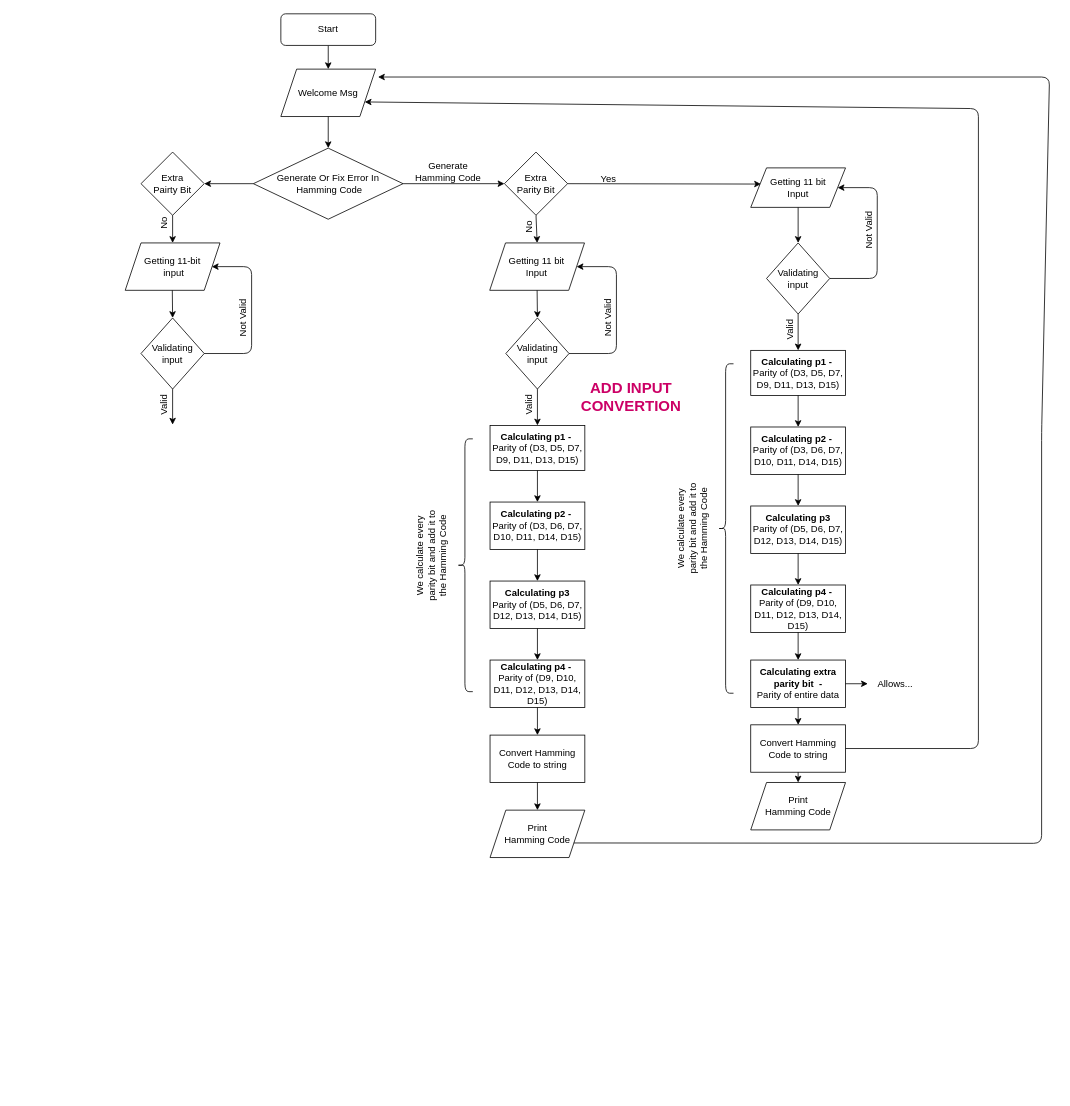
Bnux256/Hamming-Code-8086 keeps this draw.io diagram as Diagrams/Part1.drawio. Above is the earlier version. Source tidied: cells renumbered, new cells numbered last; positions are measured from the earlier drawing's top-left corner, leaving out a move shared by most shapes. Both pictures are drawn from the tidied source at 79%, with x=0, y=0 at pixel (125, 13).
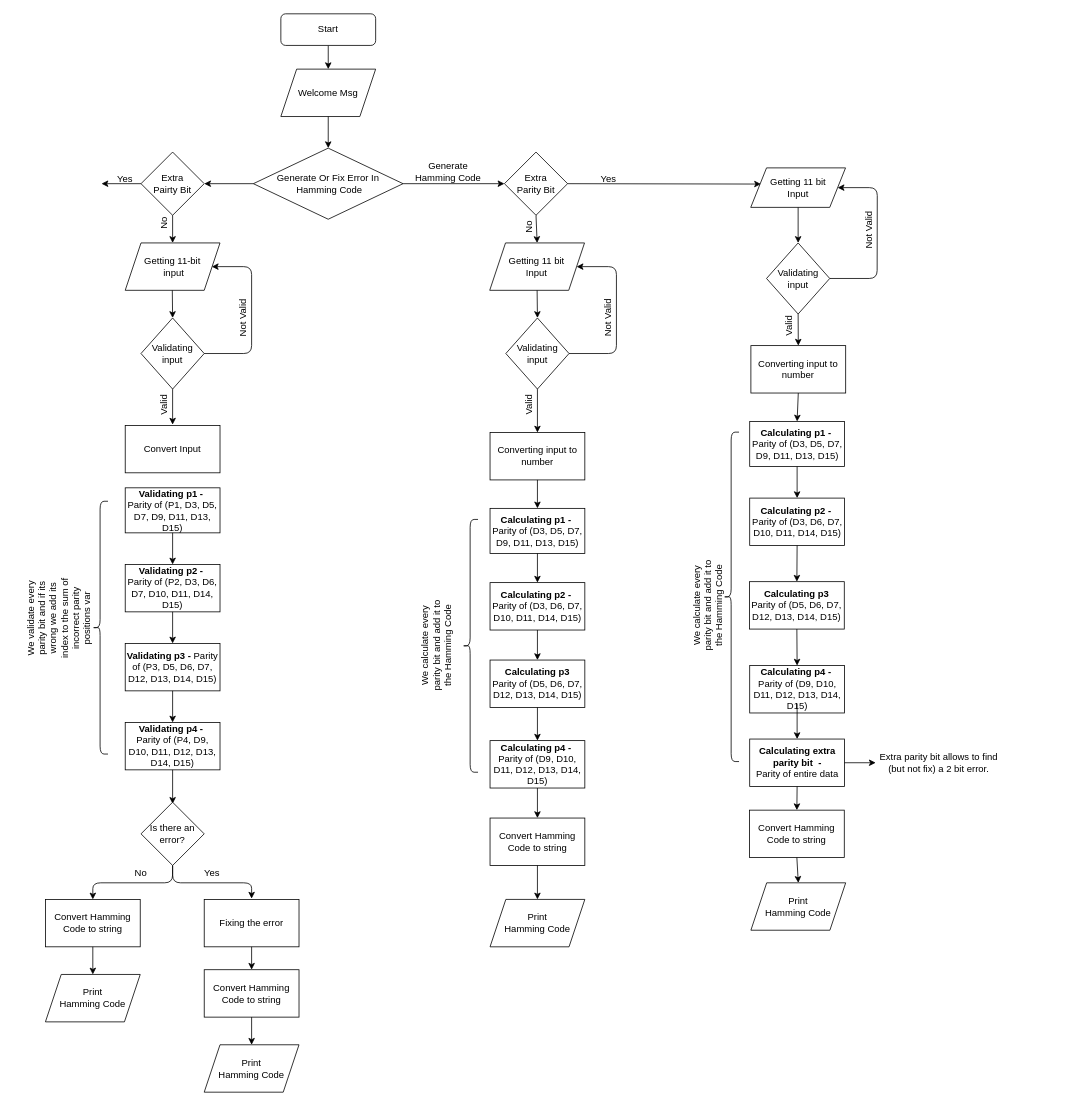
Above is the later version.

Unchanged cells that the change refers to:
```xml
<mxCell id="2" value="Welcome Msg" style="shape=parallelogram;perimeter=parallelogramPerimeter;whiteSpace=wrap;html=1;fixedSize=1;" parent="1" vertex="1">
  <mxGeometry x="197" y="70" width="120" height="60" as="geometry" />
</mxCell>
<mxCell id="24" value="&amp;nbsp;Validating&amp;nbsp;&lt;br&gt;input" style="rhombus;whiteSpace=wrap;html=1;" parent="1" vertex="1">
  <mxGeometry x="481.8" y="385" width="80" height="90" as="geometry" />
</mxCell>
<mxCell id="49" value="&amp;nbsp;Validating&amp;nbsp;&lt;br&gt;input" style="rhombus;whiteSpace=wrap;html=1;" parent="1" vertex="1">
  <mxGeometry x="811.8" y="290" width="80" height="90" as="geometry" />
</mxCell>
<mxCell id="63" value="Extra &lt;br&gt;Pairty Bit" style="rhombus;whiteSpace=wrap;html=1;" parent="1" vertex="1">
  <mxGeometry x="20" y="175" width="80" height="80" as="geometry" />
</mxCell>
```

The edit, as a diff of the source:
```diff
@@
-    <mxCell id="12" style="endArrow=classic;html=1;exitX=0.5;exitY=1;exitDx=0;exitDy=0;entryX=0.5;entryY=0;entryDx=0;entryDy=0;" parent="1" edge="1" source="24" target="13">
+    <mxCell id="12" style="endArrow=classic;html=1;exitX=0.5;exitY=1;exitDx=0;exitDy=0;entryX=0.5;entryY=0;entryDx=0;entryDy=0;" parent="1" edge="1" source="24" target="101">
       <mxGeometry relative="1" as="geometry" />
     </mxCell>
     <mxCell id="13" value="&lt;b&gt;Calculating p1 -&amp;nbsp;&lt;br&gt;&lt;/b&gt;Parity of (D3, D5, D7, D9, D11, D13, D15)" style="rounded=0;whiteSpace=wrap;html=1;" parent="1" vertex="1">
-      <mxGeometry x="461.8" y="521" width="120" height="57" as="geometry" />
+      <mxGeometry x="461.8" y="626" width="120" height="57" as="geometry" />
     </mxCell>
-    <mxCell id="14" style="endArrow=classic;html=1;exitX=0.5;exitY=1;exitDx=0;exitDy=0;" parent="1" edge="1">
-      <mxGeometry relative="1" as="geometry">
-        <mxPoint x="521.8" y="578" as="sourcePoint" />
-        <mxPoint x="521.8" y="618" as="targetPoint" />
-      </mxGeometry>
+    <mxCell id="14" style="endArrow=classic;html=1;exitX=0.5;exitY=1;exitDx=0;exitDy=0;entryX=0.5;entryY=0;entryDx=0;entryDy=0;" parent="1" edge="1" source="13" target="15">
+      <mxGeometry relative="1" as="geometry" />
     </mxCell>
     <mxCell id="15" value="&lt;b&gt;Calculating p2 -&amp;nbsp;&lt;/b&gt;&lt;br&gt;Parity of (D3, D6, D7, D10, D11, D14, D15)" style="rounded=0;whiteSpace=wrap;html=1;" parent="1" vertex="1">
-      <mxGeometry x="461.8" y="618" width="120" height="60" as="geometry" />
+      <mxGeometry x="461.8" y="720" width="120" height="60" as="geometry" />
     </mxCell>
-    <mxCell id="16" style="endArrow=classic;html=1;exitX=0.5;exitY=1;exitDx=0;exitDy=0;" parent="1" edge="1">
-      <mxGeometry relative="1" as="geometry">
-        <mxPoint x="521.8" y="678" as="sourcePoint" />
-        <mxPoint x="521.8" y="718" as="targetPoint" />
-      </mxGeometry>
+    <mxCell id="16" style="endArrow=classic;html=1;exitX=0.5;exitY=1;exitDx=0;exitDy=0;entryX=0.5;entryY=0;entryDx=0;entryDy=0;" parent="1" edge="1" source="15" target="17">
+      <mxGeometry relative="1" as="geometry" />
     </mxCell>
     <mxCell id="17" value="&lt;b&gt;Calculating p3&lt;/b&gt;&lt;br&gt;Parity of (D5, D6, D7, D12, D13, D14, D15)" style="rounded=0;whiteSpace=wrap;html=1;" parent="1" vertex="1">
-      <mxGeometry x="461.8" y="718" width="120" height="60" as="geometry" />
+      <mxGeometry x="461.8" y="818" width="120" height="60" as="geometry" />
     </mxCell>
-    <mxCell id="18" style="endArrow=classic;html=1;exitX=0.5;exitY=1;exitDx=0;exitDy=0;" parent="1" edge="1">
-      <mxGeometry relative="1" as="geometry">
-        <mxPoint x="521.8" y="778" as="sourcePoint" />
-        <mxPoint x="521.8" y="818" as="targetPoint" />
-      </mxGeometry>
+    <mxCell id="18" style="endArrow=classic;html=1;exitX=0.5;exitY=1;exitDx=0;exitDy=0;entryX=0.5;entryY=0;entryDx=0;entryDy=0;" parent="1" edge="1" source="17" target="19">
+      <mxGeometry relative="1" as="geometry" />
     </mxCell>
     <mxCell id="19" value="&lt;b&gt;Calculating p4 -&amp;nbsp;&lt;/b&gt;&lt;br&gt;Parity of (D9, D10, D11, D12, D13, D14, D15)" style="rounded=0;whiteSpace=wrap;html=1;" parent="1" vertex="1">
-      <mxGeometry x="461.8" y="818" width="120" height="60" as="geometry" />
+      <mxGeometry x="461.8" y="920" width="120" height="60" as="geometry" />
     </mxCell>
     <mxCell id="20" value="Convert Hamming Code to string" style="rounded=0;whiteSpace=wrap;html=1;" parent="1" vertex="1">
-      <mxGeometry x="461.8" y="913" width="120" height="60" as="geometry" />
+      <mxGeometry x="461.8" y="1018" width="120" height="60" as="geometry" />
     </mxCell>
-    <mxCell id="21" style="endArrow=classic;html=1;exitX=0.5;exitY=1;exitDx=0;exitDy=0;entryX=0.5;entryY=0;entryDx=0;entryDy=0;" parent="1" edge="1" target="20">
-      <mxGeometry relative="1" as="geometry">
-        <mxPoint x="521.8" y="878" as="sourcePoint" />
-      </mxGeometry>
+    <mxCell id="21" style="endArrow=classic;html=1;exitX=0.5;exitY=1;exitDx=0;exitDy=0;entryX=0.5;entryY=0;entryDx=0;entryDy=0;" parent="1" edge="1" source="19" target="20">
+      <mxGeometry relative="1" as="geometry" />
     </mxCell>
     <mxCell id="22" value="Print &lt;br&gt;Hamming Code" style="shape=parallelogram;perimeter=parallelogramPerimeter;whiteSpace=wrap;html=1;fixedSize=1;" parent="1" vertex="1">
-      <mxGeometry x="461.8" y="1008" width="120" height="60" as="geometry" />
+      <mxGeometry x="461.8" y="1121" width="120" height="60" as="geometry" />
     </mxCell>
@@
-    <mxCell id="28" style="endArrow=classic;html=1;exitX=1;exitY=0.75;exitDx=0;exitDy=0;" parent="1" edge="1" source="22">
-      <mxGeometry relative="1" as="geometry">
-        <mxPoint x="320" y="80" as="targetPoint" />
-        <Array as="points">
-          <mxPoint x="1160" y="1050" />
-          <mxPoint x="1160" y="530" />
-          <mxPoint x="1170" y="80" />
-        </Array>
-      </mxGeometry>
-    </mxCell>
-    <mxCell id="29" style="group;" parent="1" vertex="1">
-      <mxGeometry x="365" y="538" width="75" height="320" as="geometry" />
-    </mxCell>
-    <mxCell id="30" value="&lt;br&gt;We calculate every parity bit and add it to the Hamming Code" style="text;html=1;strokeColor=none;fillColor=none;align=center;verticalAlign=middle;whiteSpace=wrap;rounded=0;rotation=-90;" parent="29" vertex="1">
-      <mxGeometry x="-45" y="133" width="120" height="30" as="geometry" />
-    </mxCell>
-    <mxCell id="31" style="shape=curlyBracket;whiteSpace=wrap;html=1;rounded=1;" parent="29" vertex="1">
-      <mxGeometry x="55" width="20" height="320" as="geometry" />
-    </mxCell>
@@
-    <mxCell id="39" style="endArrow=classic;html=1;exitX=0.5;exitY=1;exitDx=0;exitDy=0;entryX=0.5;entryY=0;entryDx=0;entryDy=0;" parent="1" edge="1" source="49" target="40">
+    <mxCell id="39" style="endArrow=classic;html=1;entryX=0.5;entryY=0;entryDx=0;entryDy=0;exitX=0.5;exitY=1;exitDx=0;exitDy=0;" parent="1" edge="1" source="103" target="40">
       <mxGeometry relative="1" as="geometry" />
     </mxCell>
     <mxCell id="40" value="&lt;b&gt;Calculating p1 -&amp;nbsp;&lt;br&gt;&lt;/b&gt;Parity of (D3, D5, D7, D9, D11, D13, D15)" style="rounded=0;whiteSpace=wrap;html=1;" parent="1" vertex="1">
-      <mxGeometry x="791.8" y="426" width="120" height="57" as="geometry" />
+      <mxGeometry x="790.5" y="516" width="120" height="57" as="geometry" />
     </mxCell>
     <mxCell id="41" style="endArrow=classic;html=1;exitX=0.5;exitY=1;exitDx=0;exitDy=0;" parent="1" edge="1">
       <mxGeometry relative="1" as="geometry">
-        <mxPoint x="851.8" y="483" as="sourcePoint" />
-        <mxPoint x="851.8" y="523" as="targetPoint" />
+        <mxPoint x="850.5" y="573" as="sourcePoint" />
+        <mxPoint x="850.5" y="613" as="targetPoint" />
       </mxGeometry>
     </mxCell>
     <mxCell id="42" value="&lt;b&gt;Calculating p2 -&amp;nbsp;&lt;/b&gt;&lt;br&gt;Parity of (D3, D6, D7, D10, D11, D14, D15)" style="rounded=0;whiteSpace=wrap;html=1;" parent="1" vertex="1">
-      <mxGeometry x="791.8" y="523" width="120" height="60" as="geometry" />
+      <mxGeometry x="790.5" y="613" width="120" height="60" as="geometry" />
     </mxCell>
-    <mxCell id="43" style="endArrow=classic;html=1;exitX=0.5;exitY=1;exitDx=0;exitDy=0;" parent="1" edge="1">
+    <mxCell id="43" style="endArrow=classic;html=1;exitX=0.5;exitY=1;exitDx=0;exitDy=0;entryX=0.5;entryY=0;entryDx=0;entryDy=0;" parent="1" edge="1" target="44">
       <mxGeometry relative="1" as="geometry">
-        <mxPoint x="851.8" y="583" as="sourcePoint" />
-        <mxPoint x="851.8" y="623" as="targetPoint" />
+        <mxPoint x="850.5" y="673" as="sourcePoint" />
       </mxGeometry>
     </mxCell>
     <mxCell id="44" value="&lt;b&gt;Calculating p3&lt;/b&gt;&lt;br&gt;Parity of (D5, D6, D7, D12, D13, D14, D15)" style="rounded=0;whiteSpace=wrap;html=1;" parent="1" vertex="1">
-      <mxGeometry x="791.8" y="623" width="120" height="60" as="geometry" />
+      <mxGeometry x="790.2" y="718.8" width="120" height="60" as="geometry" />
     </mxCell>
-    <mxCell id="45" style="endArrow=classic;html=1;exitX=0.5;exitY=1;exitDx=0;exitDy=0;" parent="1" edge="1">
-      <mxGeometry relative="1" as="geometry">
-        <mxPoint x="851.8" y="683" as="sourcePoint" />
-        <mxPoint x="851.8" y="723" as="targetPoint" />
-      </mxGeometry>
+    <mxCell id="45" style="endArrow=classic;html=1;exitX=0.5;exitY=1;exitDx=0;exitDy=0;entryX=0.5;entryY=0;entryDx=0;entryDy=0;" parent="1" edge="1" source="44" target="46">
+      <mxGeometry relative="1" as="geometry" />
     </mxCell>
     <mxCell id="46" value="&lt;b&gt;Calculating p4 -&amp;nbsp;&lt;/b&gt;&lt;br&gt;Parity of (D9, D10, D11, D12, D13, D14, D15)" style="rounded=0;whiteSpace=wrap;html=1;" parent="1" vertex="1">
-      <mxGeometry x="791.8" y="723" width="120" height="60" as="geometry" />
+      <mxGeometry x="790.5" y="825" width="120" height="60" as="geometry" />
     </mxCell>
     <mxCell id="47" value="&lt;b&gt;Calculating extra parity bit&amp;nbsp; - &lt;/b&gt;&lt;br&gt;Parity of entire data" style="rounded=0;whiteSpace=wrap;html=1;" parent="1" vertex="1">
-      <mxGeometry x="791.8" y="818" width="120" height="60" as="geometry" />
+      <mxGeometry x="790.5" y="918" width="120" height="60" as="geometry" />
     </mxCell>
     <mxCell id="48" style="endArrow=classic;html=1;exitX=0.5;exitY=1;exitDx=0;exitDy=0;entryX=0.5;entryY=0;entryDx=0;entryDy=0;" parent="1" edge="1" target="47">
       <mxGeometry relative="1" as="geometry">
-        <mxPoint x="851.8" y="783" as="sourcePoint" />
+        <mxPoint x="850.5" y="873" as="sourcePoint" />
       </mxGeometry>
     </mxCell>
@@
     <mxCell id="52" value="Valid" style="text;html=1;strokeColor=none;fillColor=none;align=center;verticalAlign=middle;whiteSpace=wrap;rounded=0;rotation=-90;" parent="1" vertex="1">
-      <mxGeometry x="821.8" y="390" width="40" height="20" as="geometry" />
+      <mxGeometry x="820" y="385" width="40" height="20" as="geometry" />
     </mxCell>
-    <mxCell id="53" style="group;" parent="1" vertex="1">
-      <mxGeometry x="695" y="443" width="75" height="417" as="geometry" />
-    </mxCell>
-    <mxCell id="54" value="&lt;br&gt;We calculate every parity bit and add it to the Hamming Code" style="text;html=1;strokeColor=none;fillColor=none;align=center;verticalAlign=middle;whiteSpace=wrap;rounded=0;rotation=-90;" parent="53" vertex="1">
-      <mxGeometry x="-45" y="189" width="120" height="39.1" as="geometry" />
-    </mxCell>
-    <mxCell id="55" style="shape=curlyBracket;whiteSpace=wrap;html=1;rounded=1;" parent="53" vertex="1">
-      <mxGeometry x="55" width="20" height="417" as="geometry" />
-    </mxCell>
-    <mxCell id="56" value="Allows..." style="text;html=1;strokeColor=none;fillColor=none;align=center;verticalAlign=middle;whiteSpace=wrap;rounded=0;" parent="1" vertex="1">
-      <mxGeometry x="940" y="808" width="70" height="80" as="geometry" />
+    <mxCell id="56" value="Extra parity bit allows to find (but not fix) a 2 bit error." style="text;html=1;strokeColor=none;fillColor=none;align=center;verticalAlign=middle;whiteSpace=wrap;rounded=0;" parent="1" vertex="1">
+      <mxGeometry x="950" y="908" width="160" height="80" as="geometry" />
     </mxCell>
@@
     <mxCell id="58" value="Convert Hamming Code to string" style="rounded=0;whiteSpace=wrap;html=1;" parent="1" vertex="1">
-      <mxGeometry x="791.8" y="900" width="120" height="60" as="geometry" />
+      <mxGeometry x="790.2" y="1008" width="120" height="60" as="geometry" />
     </mxCell>
     <mxCell id="59" value="Print &lt;br&gt;Hamming Code" style="shape=parallelogram;perimeter=parallelogramPerimeter;whiteSpace=wrap;html=1;fixedSize=1;" parent="1" vertex="1">
-      <mxGeometry x="791.8" y="973" width="120" height="60" as="geometry" />
+      <mxGeometry x="792" y="1100" width="120" height="60" as="geometry" />
     </mxCell>
@@
-    <mxCell id="62" style="endArrow=classic;html=1;exitX=1;exitY=0.5;exitDx=0;exitDy=0;entryX=1;entryY=0.75;entryDx=0;entryDy=0;" parent="1" edge="1" source="58" target="2">
-      <mxGeometry relative="1" as="geometry">
-        <Array as="points">
-          <mxPoint x="1080" y="930" />
-          <mxPoint x="1080" y="120" />
-        </Array>
-      </mxGeometry>
-    </mxCell>
@@
-    <mxCell id="73" value="&lt;font color=&quot;#cc0066&quot; size=&quot;1&quot;&gt;&lt;b style=&quot;font-size: 19px&quot;&gt;ADD INPUT CONVERTION&lt;/b&gt;&lt;/font&gt;" style="text;html=1;strokeColor=none;fillColor=none;align=center;verticalAlign=middle;whiteSpace=wrap;rounded=0;" parent="1" vertex="1">
-      <mxGeometry x="581.4" y="475" width="118.6" height="20" as="geometry" />
-    </mxCell>
+    <mxCell id="74" style="endArrow=classic;html=1;exitX=0;exitY=0.5;exitDx=0;exitDy=0;" parent="1" edge="1" source="63">
+      <mxGeometry relative="1" as="geometry">
+        <mxPoint x="-30" y="215" as="targetPoint" />
+      </mxGeometry>
+    </mxCell>
+    <mxCell id="75" value="Yes" style="text;html=1;strokeColor=none;fillColor=none;align=center;verticalAlign=middle;whiteSpace=wrap;rounded=0;" parent="1" vertex="1">
+      <mxGeometry x="-20" y="200" width="40" height="20" as="geometry" />
+    </mxCell>
+    <mxCell id="76" value="Convert Input" style="rounded=0;whiteSpace=wrap;html=1;" parent="1" vertex="1">
+      <mxGeometry y="521" width="120" height="60" as="geometry" />
+    </mxCell>
+    <mxCell id="77" value="&lt;b&gt;Validating p1 -&amp;nbsp;&lt;br&gt;&lt;/b&gt;Parity of (P1, D3, D5, D7, D9, D11, D13, D15)" style="rounded=0;whiteSpace=wrap;html=1;" parent="1" vertex="1">
+      <mxGeometry y="600" width="120" height="57" as="geometry" />
+    </mxCell>
+    <mxCell id="78" style="endArrow=classic;html=1;exitX=0.5;exitY=1;exitDx=0;exitDy=0;" parent="1" edge="1">
+      <mxGeometry relative="1" as="geometry">
+        <mxPoint x="60" y="657" as="sourcePoint" />
+        <mxPoint x="60" y="697" as="targetPoint" />
+      </mxGeometry>
+    </mxCell>
+    <mxCell id="79" value="&lt;b&gt;Validating p2 -&amp;nbsp;&lt;/b&gt;&lt;br&gt;Parity of (P2, D3, D6, D7, D10, D11, D14, D15)" style="rounded=0;whiteSpace=wrap;html=1;" parent="1" vertex="1">
+      <mxGeometry y="697" width="120" height="60" as="geometry" />
+    </mxCell>
+    <mxCell id="80" style="endArrow=classic;html=1;exitX=0.5;exitY=1;exitDx=0;exitDy=0;" parent="1" edge="1">
+      <mxGeometry relative="1" as="geometry">
+        <mxPoint x="60" y="757" as="sourcePoint" />
+        <mxPoint x="60" y="797" as="targetPoint" />
+      </mxGeometry>
+    </mxCell>
+    <mxCell id="81" value="&lt;b&gt;Validating p3 -&amp;nbsp;&lt;/b&gt;Parity of (P3, D5, D6, D7, D12, D13, D14, D15)" style="rounded=0;whiteSpace=wrap;html=1;" parent="1" vertex="1">
+      <mxGeometry y="797" width="120" height="60" as="geometry" />
+    </mxCell>
+    <mxCell id="82" style="endArrow=classic;html=1;exitX=0.5;exitY=1;exitDx=0;exitDy=0;" parent="1" edge="1">
+      <mxGeometry relative="1" as="geometry">
+        <mxPoint x="60" y="857" as="sourcePoint" />
+        <mxPoint x="60" y="897" as="targetPoint" />
+      </mxGeometry>
+    </mxCell>
+    <mxCell id="83" value="&lt;b&gt;Validating p4 -&amp;nbsp;&lt;/b&gt;&lt;br&gt;Parity of (P4, D9, D10, D11, D12, D13, D14, D15)" style="rounded=0;whiteSpace=wrap;html=1;" parent="1" vertex="1">
+      <mxGeometry y="897" width="120" height="60" as="geometry" />
+    </mxCell>
+    <mxCell id="84" style="group;" parent="1" vertex="1">
+      <mxGeometry x="-96.8" y="617" width="75" height="320" as="geometry" />
+    </mxCell>
+    <mxCell id="85" value="&lt;br&gt;We validate every parity bit and if its wrong we add its index to the sum of incorrect parity positions var" style="text;html=1;strokeColor=none;fillColor=none;align=center;verticalAlign=middle;whiteSpace=wrap;rounded=0;rotation=-90;" parent="84" vertex="1">
+      <mxGeometry x="-54" y="133" width="120" height="30" as="geometry" />
+    </mxCell>
+    <mxCell id="86" style="shape=curlyBracket;whiteSpace=wrap;html=1;rounded=1;" parent="84" vertex="1">
+      <mxGeometry x="55" width="20" height="320" as="geometry" />
+    </mxCell>
+    <mxCell id="87" value="Convert Hamming Code to string" style="rounded=0;whiteSpace=wrap;html=1;" parent="1" vertex="1">
+      <mxGeometry x="-101" y="1121" width="120" height="60" as="geometry" />
+    </mxCell>
+    <mxCell id="88" style="endArrow=classic;html=1;exitX=0.5;exitY=1;exitDx=0;exitDy=0;entryX=0.5;entryY=0;entryDx=0;entryDy=0;" parent="1" edge="1" source="92" target="87">
+      <mxGeometry relative="1" as="geometry">
+        <Array as="points">
+          <mxPoint x="60" y="1100" />
+          <mxPoint x="-41" y="1100" />
+        </Array>
+      </mxGeometry>
+    </mxCell>
+    <mxCell id="89" value="Print &lt;br&gt;Hamming Code" style="shape=parallelogram;perimeter=parallelogramPerimeter;whiteSpace=wrap;html=1;fixedSize=1;" parent="1" vertex="1">
+      <mxGeometry x="-101" y="1216" width="120" height="60" as="geometry" />
+    </mxCell>
+    <mxCell id="90" style="endArrow=classic;html=1;exitX=0.5;exitY=1;exitDx=0;exitDy=0;entryX=0.5;entryY=0;entryDx=0;entryDy=0;" parent="1" edge="1" source="87" target="89">
+      <mxGeometry relative="1" as="geometry" />
+    </mxCell>
+    <mxCell id="91" style="endArrow=classic;html=1;exitX=0.5;exitY=1;exitDx=0;exitDy=0;" parent="1" edge="1" source="83">
+      <mxGeometry relative="1" as="geometry">
+        <mxPoint x="60" y="1000" as="targetPoint" />
+      </mxGeometry>
+    </mxCell>
+    <mxCell id="92" value="Is there an error?" style="rhombus;whiteSpace=wrap;html=1;" parent="1" vertex="1">
+      <mxGeometry x="20" y="998" width="80" height="80" as="geometry" />
+    </mxCell>
+    <mxCell id="93" value="No" style="text;html=1;strokeColor=none;fillColor=none;align=center;verticalAlign=middle;whiteSpace=wrap;rounded=0;" parent="1" vertex="1">
+      <mxGeometry y="1078" width="40" height="20" as="geometry" />
+    </mxCell>
+    <mxCell id="94" style="endArrow=classic;html=1;exitX=0.5;exitY=1;exitDx=0;exitDy=0;" parent="1" edge="1" source="92">
+      <mxGeometry relative="1" as="geometry">
+        <mxPoint x="160" y="1120" as="targetPoint" />
+        <Array as="points">
+          <mxPoint x="60" y="1100" />
+          <mxPoint x="160" y="1100" />
+        </Array>
+      </mxGeometry>
+    </mxCell>
+    <mxCell id="95" value="Yes" style="text;html=1;strokeColor=none;fillColor=none;align=center;verticalAlign=middle;whiteSpace=wrap;rounded=0;" parent="1" vertex="1">
+      <mxGeometry x="90" y="1078" width="40" height="20" as="geometry" />
+    </mxCell>
+    <mxCell id="96" value="Fixing the error" style="rounded=0;whiteSpace=wrap;html=1;" parent="1" vertex="1">
+      <mxGeometry x="100" y="1121" width="120" height="60" as="geometry" />
+    </mxCell>
+    <mxCell id="97" style="endArrow=classic;html=1;exitX=0.5;exitY=1;exitDx=0;exitDy=0;" parent="1" edge="1" source="96">
+      <mxGeometry relative="1" as="geometry">
+        <mxPoint x="160" y="1210" as="targetPoint" />
+      </mxGeometry>
+    </mxCell>
+    <mxCell id="98" value="Convert Hamming Code to string" style="rounded=0;whiteSpace=wrap;html=1;" parent="1" vertex="1">
+      <mxGeometry x="100" y="1210" width="120" height="60" as="geometry" />
+    </mxCell>
+    <mxCell id="99" value="Print &lt;br&gt;Hamming Code" style="shape=parallelogram;perimeter=parallelogramPerimeter;whiteSpace=wrap;html=1;fixedSize=1;" parent="1" vertex="1">
+      <mxGeometry x="100" y="1305" width="120" height="60" as="geometry" />
+    </mxCell>
+    <mxCell id="100" style="endArrow=classic;html=1;exitX=0.5;exitY=1;exitDx=0;exitDy=0;entryX=0.5;entryY=0;entryDx=0;entryDy=0;" parent="1" edge="1" source="98" target="99">
+      <mxGeometry relative="1" as="geometry" />
+    </mxCell>
+    <mxCell id="101" value="Converting input to number" style="rounded=0;whiteSpace=wrap;html=1;" parent="1" vertex="1">
+      <mxGeometry x="461.8" y="530" width="120" height="60" as="geometry" />
+    </mxCell>
+    <mxCell id="102" style="endArrow=classic;html=1;entryX=0.5;entryY=0;entryDx=0;entryDy=0;exitX=0.5;exitY=1;exitDx=0;exitDy=0;" parent="1" edge="1" source="101" target="13">
+      <mxGeometry relative="1" as="geometry" />
+    </mxCell>
+    <mxCell id="103" value="Converting input to number" style="rounded=0;whiteSpace=wrap;html=1;" parent="1" vertex="1">
+      <mxGeometry x="792" y="420" width="120" height="60" as="geometry" />
+    </mxCell>
+    <mxCell id="104" style="endArrow=classic;html=1;exitX=0.5;exitY=1;exitDx=0;exitDy=0;entryX=0.5;entryY=0;entryDx=0;entryDy=0;" parent="1" edge="1" source="49" target="103">
+      <mxGeometry relative="1" as="geometry" />
+    </mxCell>
+    <mxCell id="54" value="&lt;br&gt;We calculate every parity bit and add it to the Hamming Code" style="text;html=1;strokeColor=none;fillColor=none;align=center;verticalAlign=middle;whiteSpace=wrap;rounded=0;rotation=-90;" parent="1" vertex="1">
+      <mxGeometry x="670.2" y="729.2" width="120" height="39.1" as="geometry" />
+    </mxCell>
+    <mxCell id="55" style="shape=curlyBracket;whiteSpace=wrap;html=1;rounded=1;" parent="1" vertex="1">
+      <mxGeometry x="757" y="529.5" width="20" height="417" as="geometry" />
+    </mxCell>
+    <mxCell id="30" value="&lt;br&gt;We calculate every parity bit and add it to the Hamming Code" style="text;html=1;strokeColor=none;fillColor=none;align=center;verticalAlign=middle;whiteSpace=wrap;rounded=0;rotation=-90;" parent="1" vertex="1">
+      <mxGeometry x="326.6" y="785" width="120" height="30" as="geometry" />
+    </mxCell>
+    <mxCell id="31" style="shape=curlyBracket;whiteSpace=wrap;html=1;rounded=1;" parent="1" vertex="1">
+      <mxGeometry x="426.6" y="640" width="20" height="320" as="geometry" />
+    </mxCell>
```
